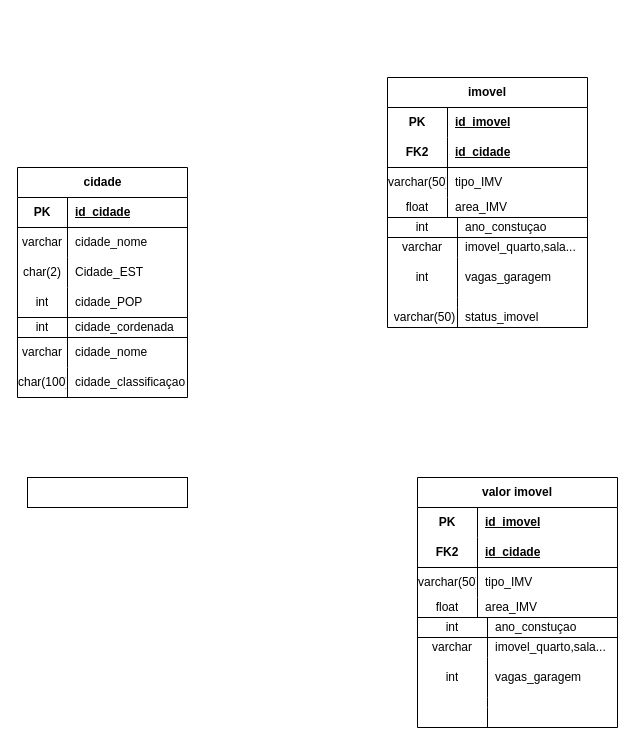
Earlier version of the draw.io diagram GroupBy.drawio (Guilherme22B/Group_by). Source tidied: cells renumbered, new cells numbered last; positions are measured from the earlier drawing's top-left corner, leaving out a move shared by most shapes. Both pictures are drawn from the tidied source at 100%, with x=0, y=0 at pixel (17, 77).
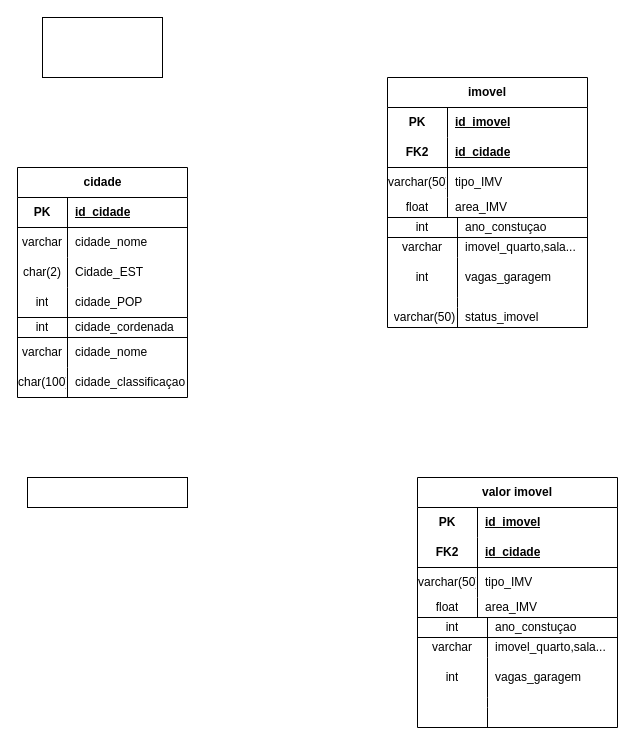
After the change.

The edit, as a diff of the source:
```diff
@@
+    <mxCell id="78" style="rounded=0;whiteSpace=wrap;html=1;" parent="1" vertex="1">
+      <mxGeometry x="25" y="-60" width="120" height="60" as="geometry" />
+    </mxCell>
```
